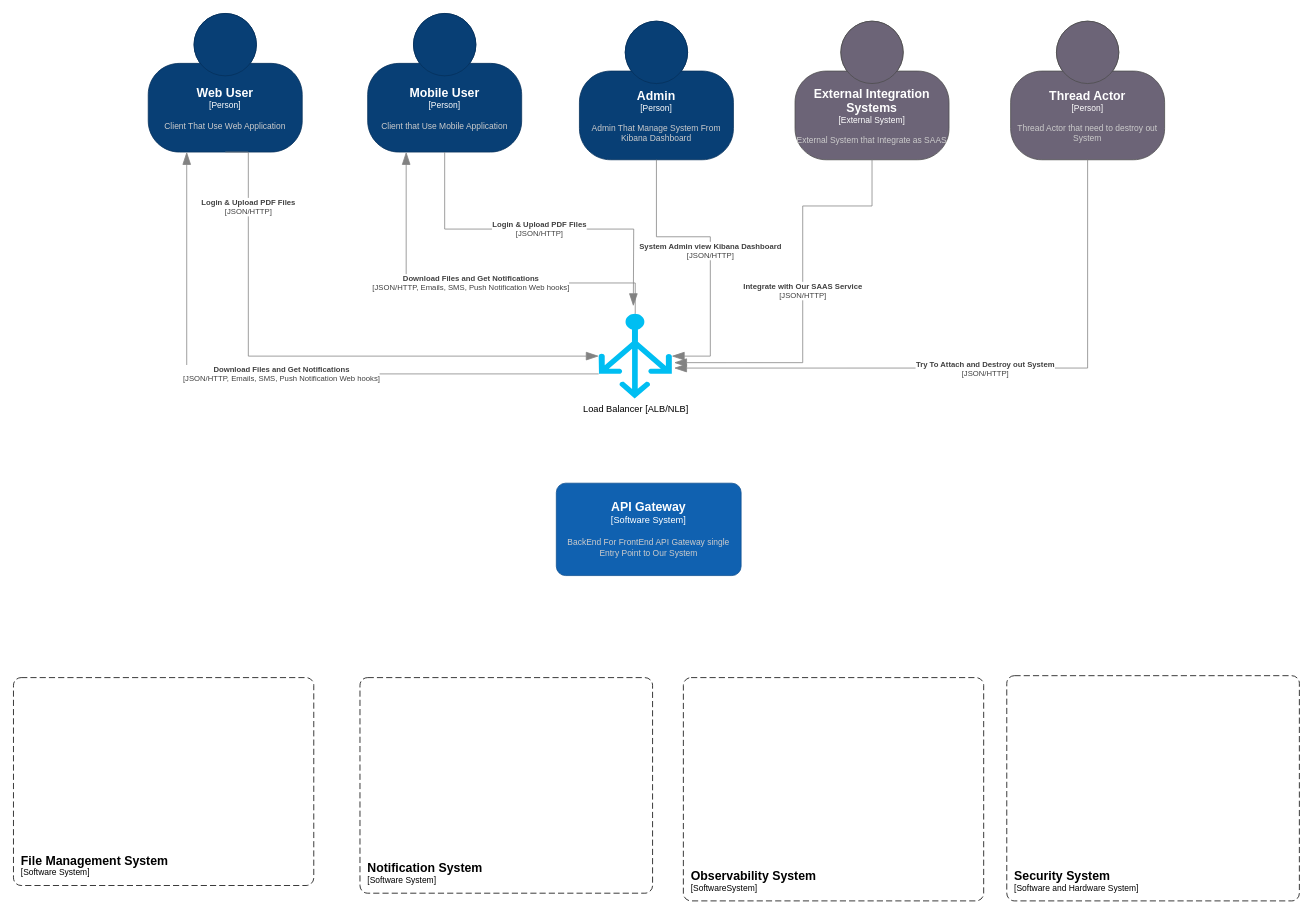
AmrSamyAliYassenAli/SiegwerkAssessment keeps this draw.io diagram as page "Container Diagram L2" (2 of 3) of PartB/Document-Metadata-Search-System-Design.drawio. Above is the earlier version. Source tidied: cells renumbered, new cells numbered last; positions are measured from the earlier drawing's top-left corner, leaving out a move shared by most shapes. Both pictures are drawn from the tidied source at 77%, with x=0, y=0 at pixel (13, 13).
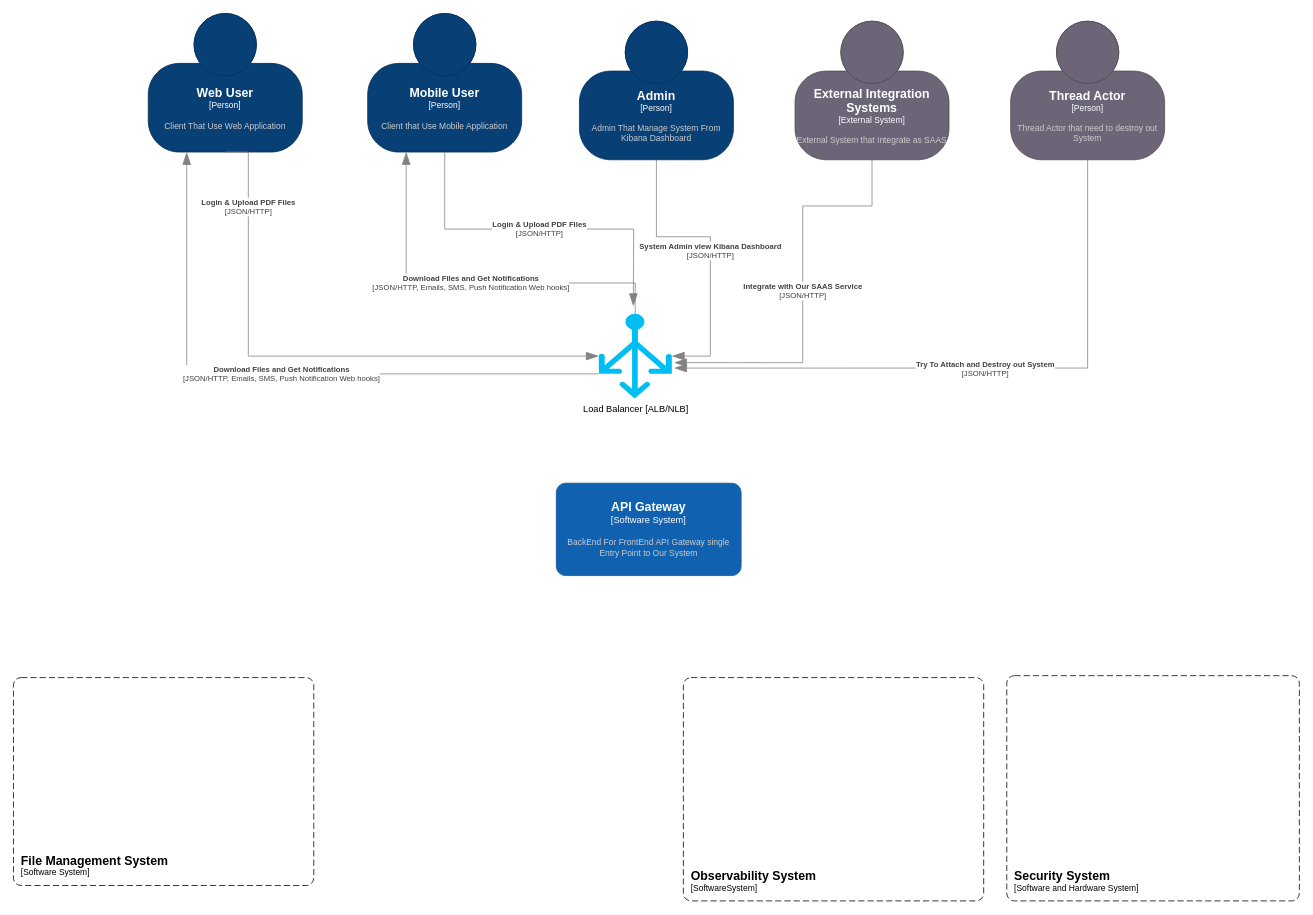
The same page after the edit.

What changed in the source:
```diff
@@
-    <object id="7" label="&lt;font style=&quot;font-size: 16px&quot;&gt;&lt;b&gt;&lt;div style=&quot;text-align: left&quot;&gt;%c4Name%&lt;/div&gt;&lt;/b&gt;&lt;/font&gt;&lt;div style=&quot;text-align: left&quot;&gt;[%c4Application%]&lt;/div&gt;" c4Application="Software System" c4Name="Notification System" placeholders="1">
-      <mxCell style="rounded=1;fontSize=11;whiteSpace=wrap;html=1;dashed=1;arcSize=20;labelBackgroundColor=none;align=left;verticalAlign=bottom;labelBorderColor=none;spacingTop=0;spacing=10;dashPattern=8 4;perimeter=rectanglePerimeter;noLabel=0;labelPadding=0;absoluteArcSize=1;" parent="1" vertex="1">
-        <mxGeometry x="450" y="862.5" width="380" height="280" as="geometry" />
-      </mxCell>
-    </object>
```
